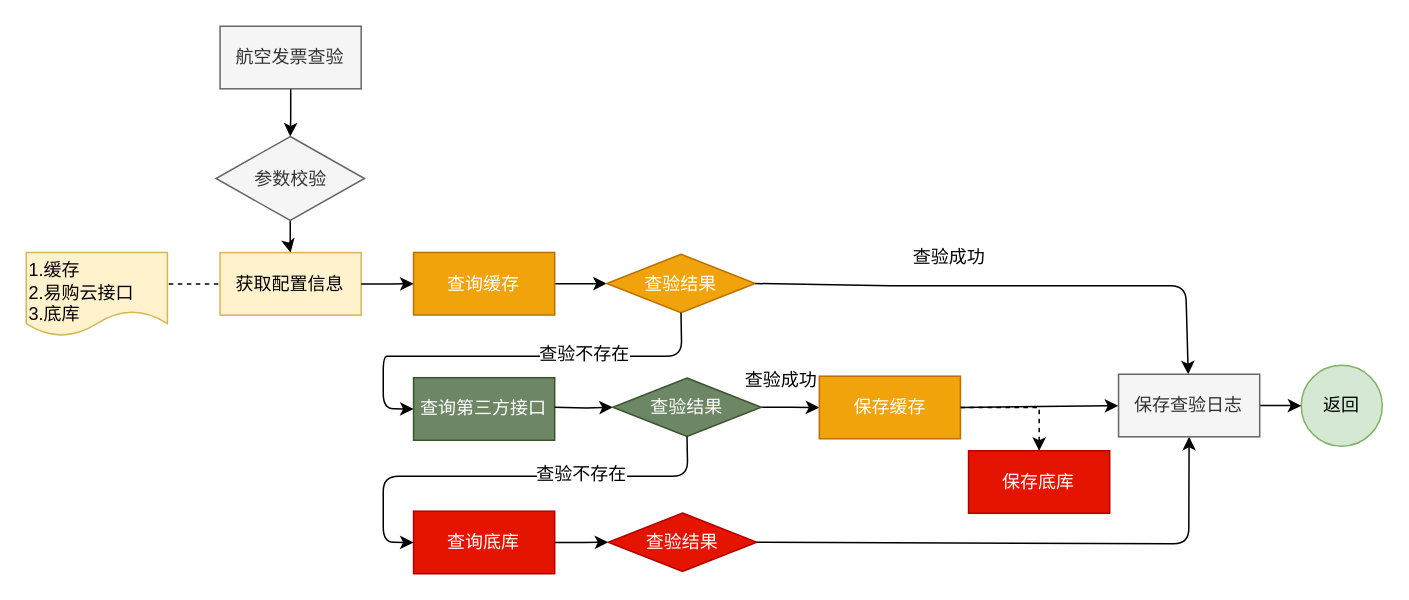
sensezhang/draw keeps this draw.io diagram as page "航空发票查验流程" (3 of 3) of 转正答辩.drawio. Above is the earlier version. Source tidied: cells renumbered, new cells numbered last; positions are measured from the earlier drawing's top-left corner, leaving out a move shared by most shapes. Both pictures are drawn from the tidied source at 150%, with x=0, y=0 at pixel (26, 26).
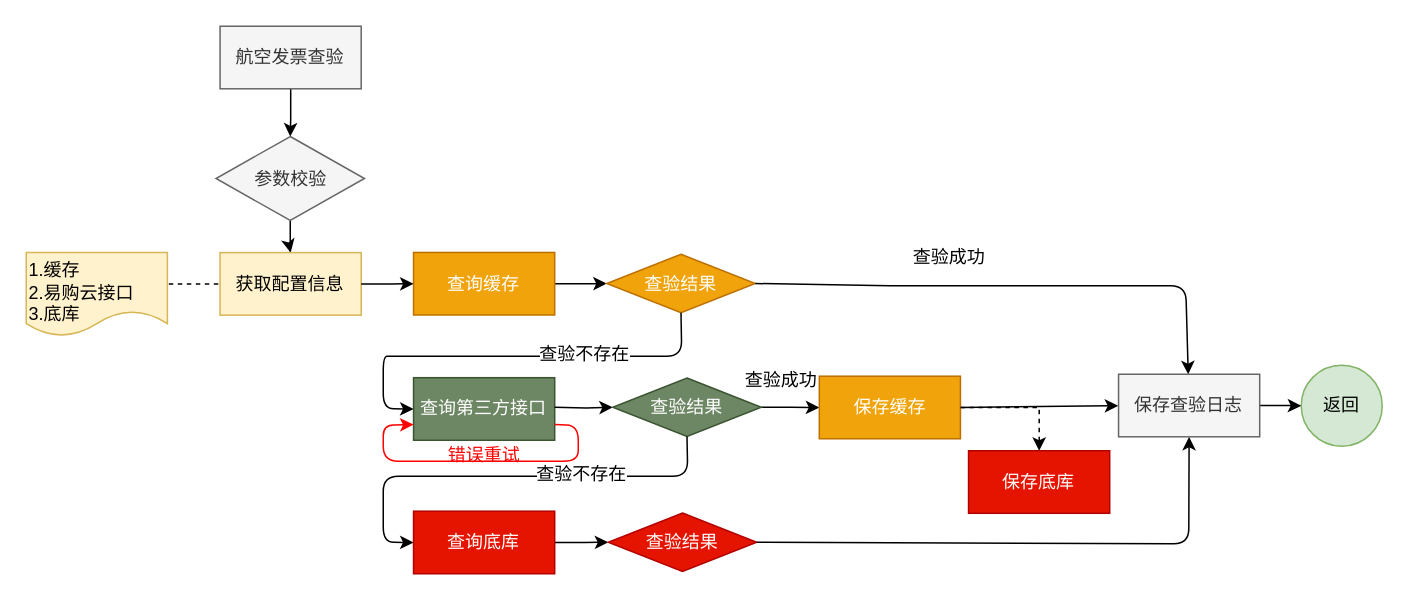
The same page after the edit.

Commit message:
更新转正答辩.drawio

Unchanged cells that the change refers to:
```xml
<mxCell id="13" value="查询第三方接口" style="rounded=0;whiteSpace=wrap;html=1;fillColor=#6d8764;strokeColor=#3A5431;fontColor=#ffffff;" parent="1" vertex="1">
  <mxGeometry x="258.2" y="234.3" width="94.1" height="41.7" as="geometry" />
</mxCell>
```

Diff of the diagram source:
```diff
@@
+    <mxCell id="35" style="endArrow=classic;html=1;exitX=1;exitY=0.75;exitDx=0;exitDy=0;entryX=0;entryY=0.75;entryDx=0;entryDy=0;strokeColor=#FF0000;" parent="1" edge="1" source="13" target="13">
+      <mxGeometry relative="1" as="geometry">
+        <Array as="points">
+          <mxPoint x="368" y="266" />
+          <mxPoint x="368" y="290" />
+          <mxPoint x="305" y="290" />
+          <mxPoint x="238" y="290" />
+          <mxPoint x="238" y="266" />
+        </Array>
+      </mxGeometry>
+    </mxCell>
+    <mxCell id="36" value="&lt;font color=&quot;#ff0000&quot;&gt;错误重试&lt;/font&gt;" style="text;html=1;align=center;verticalAlign=middle;" parent="1" vertex="1">
+      <mxGeometry x="275" y="276" width="60" height="20" as="geometry" />
+    </mxCell>
```
